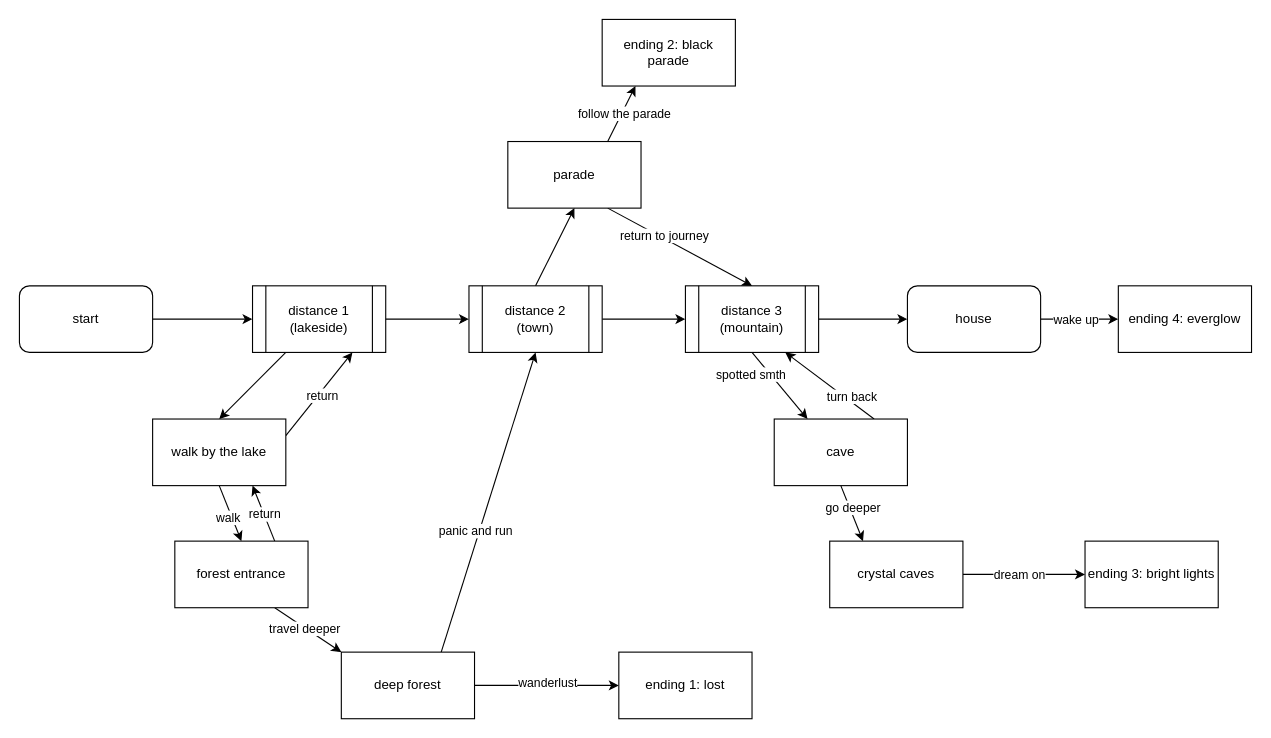
Earlier version of the draw.io diagram bin/house_story.drawio (Ignited42/hypertext-activity). Source tidied: cells renumbered, new cells numbered last; positions are measured from the earlier drawing's top-left corner, leaving out a move shared by most shapes. Both pictures are drawn from the tidied source at 111%, with x=0, y=0 at pixel (19, 19).
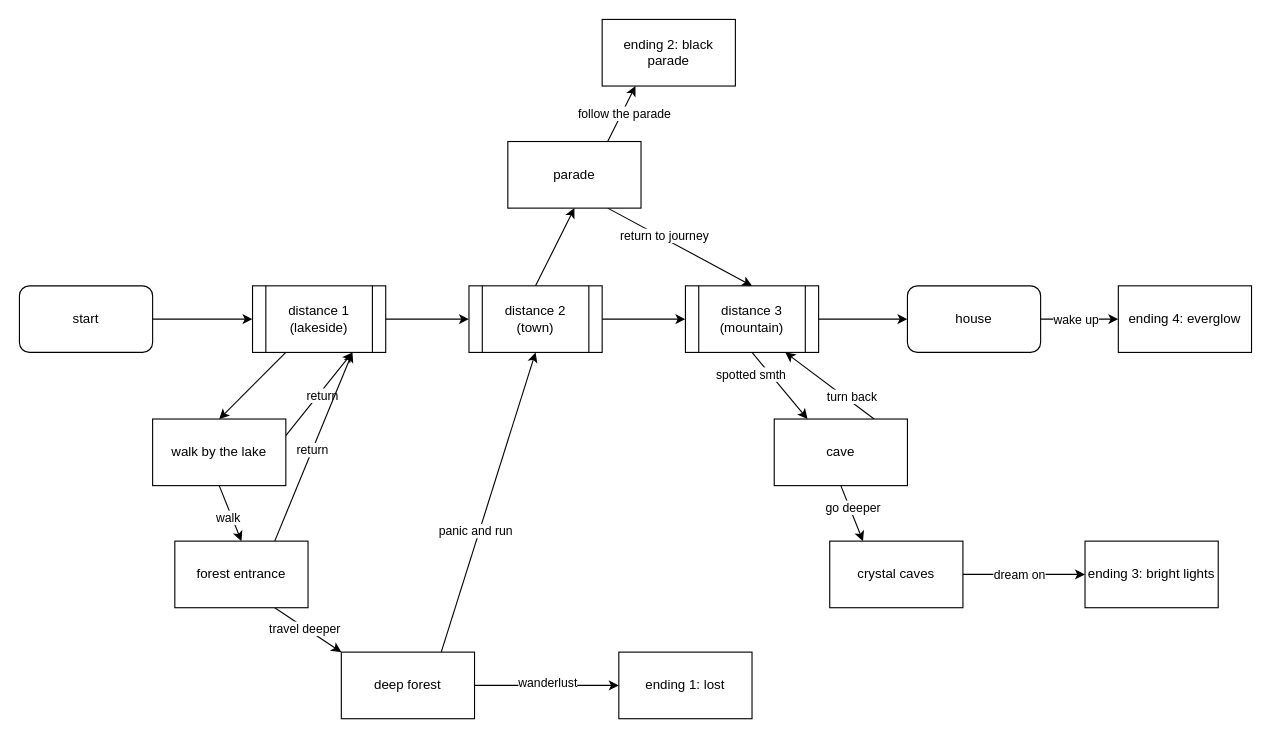
The same page after the edit.

Unchanged cells that the change refers to:
```xml
<mxCell id="5" value="distance 1&lt;br&gt;(lakeside)" style="shape=process;whiteSpace=wrap;html=1;backgroundOutline=1;" parent="1" vertex="1">
  <mxGeometry x="210" y="240" width="120" height="60" as="geometry" />
</mxCell>
<mxCell id="20" value="walk by the lake" style="rounded=0;whiteSpace=wrap;html=1;" parent="1" vertex="1">
  <mxGeometry x="120" y="360" width="120" height="60" as="geometry" />
</mxCell>
<mxCell id="32" value="forest entrance" style="rounded=0;whiteSpace=wrap;html=1;" parent="1" vertex="1">
  <mxGeometry x="140" y="470" width="120" height="60" as="geometry" />
</mxCell>
```

What changed in the source:
```diff
@@
-    <mxCell id="30" style="rounded=0;jettySize=auto;html=1;exitX=0.75;exitY=0;exitDx=0;exitDy=0;entryX=0.75;entryY=1;entryDx=0;entryDy=0;" parent="1" edge="1" source="32" target="20">
+    <mxCell id="30" style="rounded=0;jettySize=auto;html=1;exitX=0.75;exitY=0;exitDx=0;exitDy=0;entryX=0.75;entryY=1;entryDx=0;entryDy=0;" parent="1" edge="1" source="32" target="5">
       <mxGeometry relative="1" as="geometry" />
     </mxCell>
```
